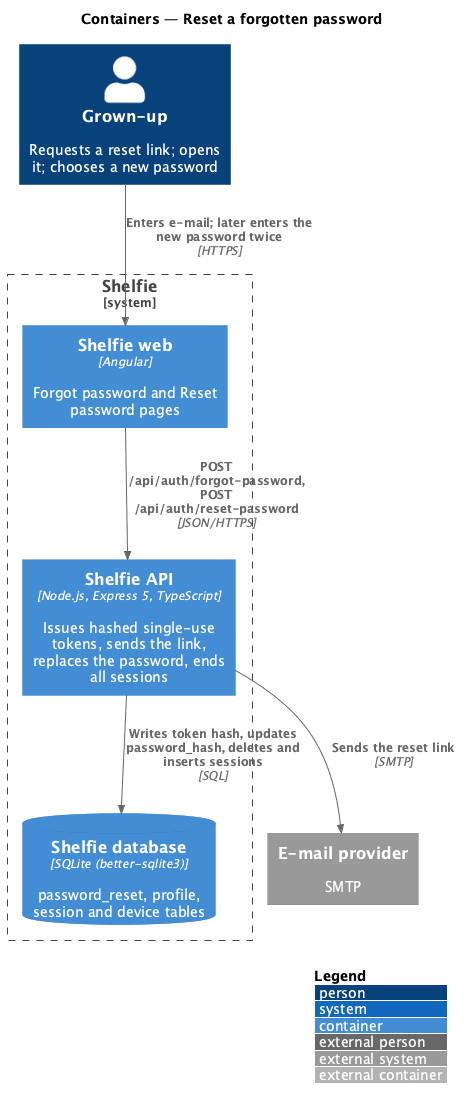
Before: docs/detailed-designs/sign-in/reset-password/diagrams/c4-container.png, a diagram exported from PlantUML (QuinntyneBrown/shelfie).
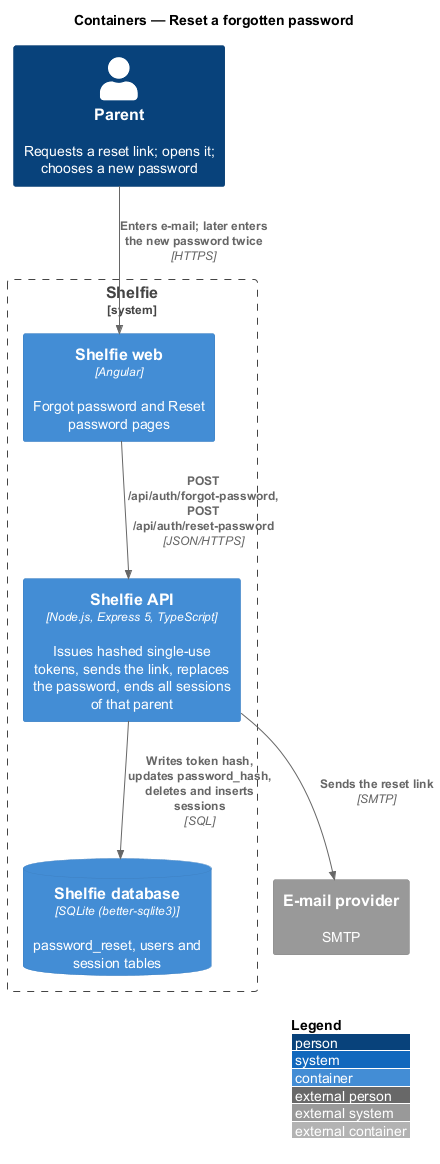
The same diagram one commit later.

The edit, as a diff of the source:
```diff
@@ -3,14 +3,14 @@
 LAYOUT_WITH_LEGEND()
 title Containers — Reset a forgotten password
 
-Person(grownUp, "Grown-up", "Requests a reset link; opens it; chooses a new password")
+Person(parent, "Parent", "Requests a reset link; opens it; chooses a new password")
 System_Boundary(shelfie, "Shelfie") {
   Container(web, "Shelfie web", "Angular", "Forgot password and Reset password pages")
-  Container(api, "Shelfie API", "Node.js, Express 5, TypeScript", "Issues hashed single-use tokens, sends the link, replaces the password, ends all sessions")
-  ContainerDb(db, "Shelfie database", "SQLite (better-sqlite3)", "password_reset, profile, session and device tables")
+  Container(api, "Shelfie API", "Node.js, Express 5, TypeScript", "Issues hashed single-use tokens, sends the link, replaces the password, ends all sessions of that parent")
+  ContainerDb(db, "Shelfie database", "SQLite (better-sqlite3)", "password_reset, users and session tables")
 }
 System_Ext(mail, "E-mail provider", "SMTP")
-Rel(grownUp, web, "Enters e-mail; later enters the new password twice", "HTTPS")
+Rel(parent, web, "Enters e-mail; later enters the new password twice", "HTTPS")
 Rel(web, api, "POST /api/auth/forgot-password, POST /api/auth/reset-password", "JSON/HTTPS")
 Rel(api, db, "Writes token hash, updates password_hash, deletes and inserts sessions", "SQL")
 Rel(api, mail, "Sends the reset link", "SMTP")
```
